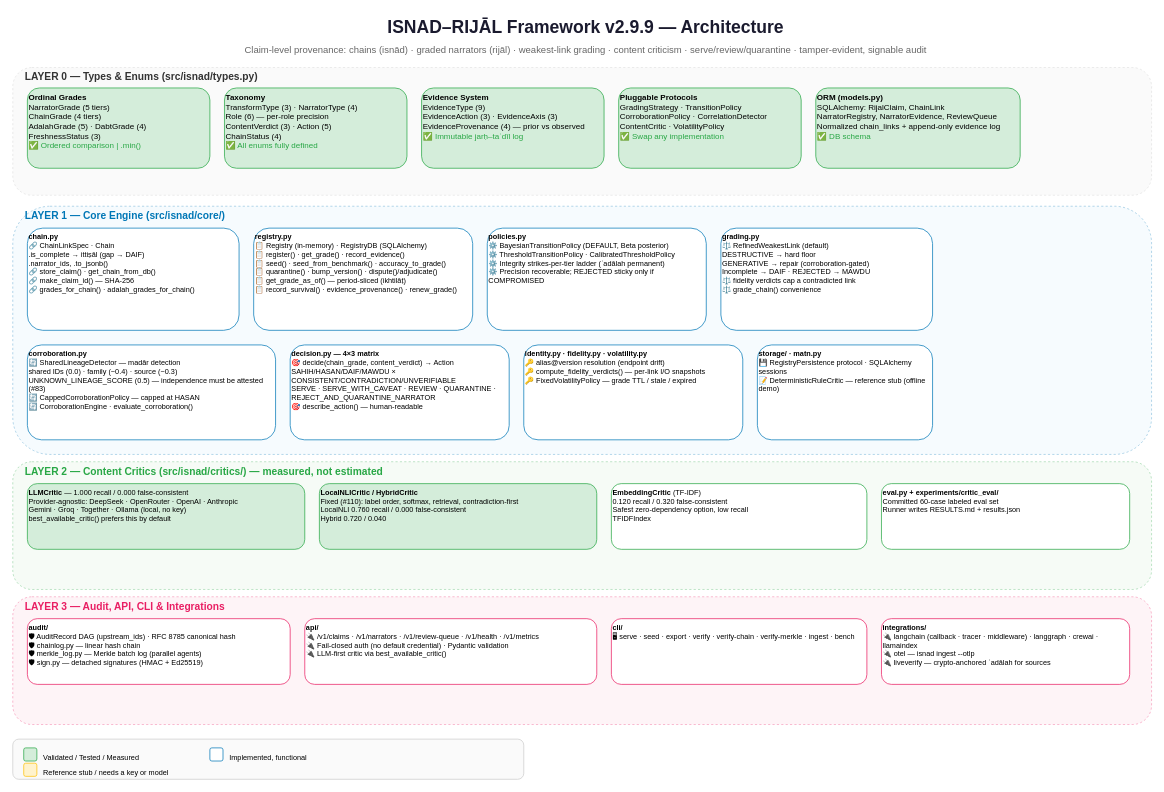
Earlier version of the draw.io diagram page "1. System Architecture" (1 of 3) of docs/ARCHITECTURE.drawio (alizahidraja/isnad). Source tidied: cells renumbered, new cells numbered last; positions are measured from the earlier drawing's top-left corner, leaving out a move shared by most shapes. Both pictures are drawn from the tidied source at 73%, with x=0, y=0 at pixel (12, 12).
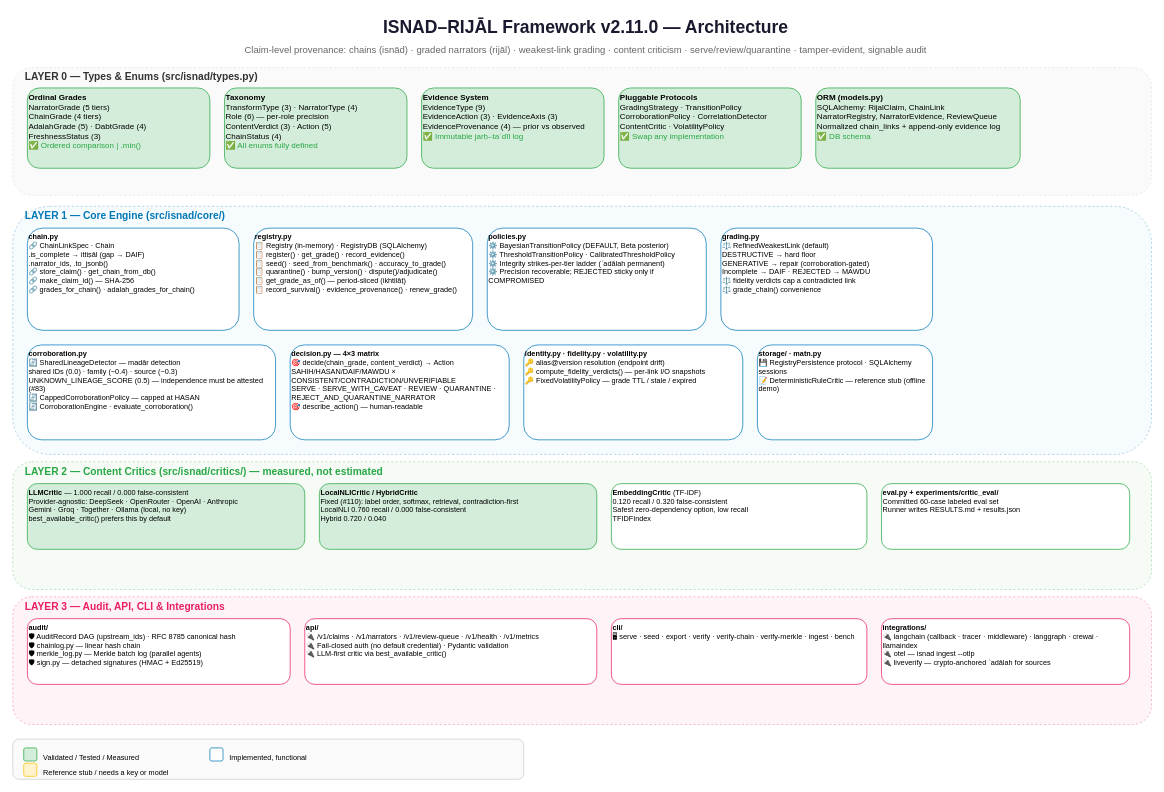
Above is the later version.

The edit, as a diff of the source:
```diff
@@
-    <mxCell id="2" value="ISNAD–RIJĀL Framework v2.9.9 — Architecture" style="text;html=1;strokeColor=none;fillColor=none;align=center;verticalAlign=middle;whiteSpace=wrap;rounded=0;fontSize=24;fontStyle=1;fontColor=#1a1a2e;" parent="1" vertex="1">
+    <mxCell id="2" value="ISNAD–RIJĀL Framework v2.11.0 — Architecture" style="text;html=1;strokeColor=none;fillColor=none;align=center;verticalAlign=middle;whiteSpace=wrap;rounded=0;fontSize=24;fontStyle=1;fontColor=#1a1a2e;" parent="1" vertex="1">
       <mxGeometry x="310" width="950" height="40" as="geometry" />
     </mxCell>
```
